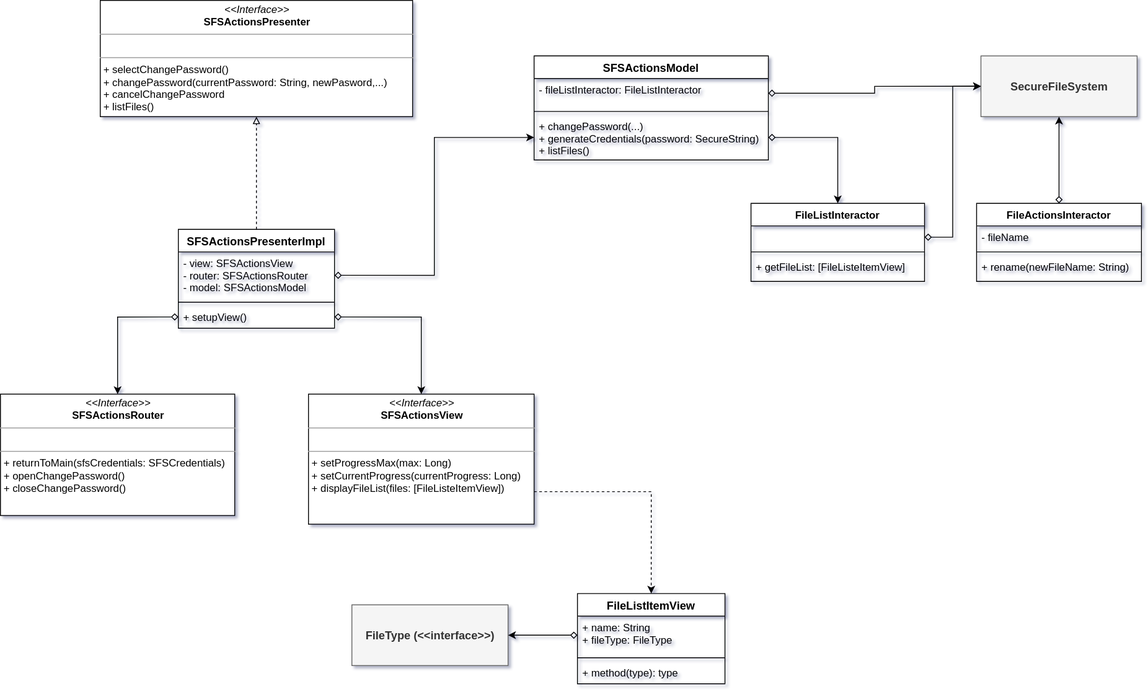
Before: documentation/resource/SFS-File Explorer Participants.svg, a diagram exported from draw.io (kevinvandenbreemen/android-file-vault). Source tidied: cells renumbered, new cells last; positions are measured from the earlier drawing's top-left corner, leaving out a move shared by most shapes. Its diagram source:
```xml
<mxGraphModel>
  <root>
    <mxCell id="0" />
    <mxCell id="1" parent="0" />
    <mxCell id="2" style="edgeStyle=orthogonalEdgeStyle;rounded=0;jettySize=auto;html=1;exitX=0.5;exitY=0;exitDx=0;exitDy=0;entryX=0.5;entryY=1;entryDx=0;entryDy=0;fontSize=13;startArrow=diamond;startFill=0;" parent="1" edge="1" source="18" target="3">
      <mxGeometry relative="1" as="geometry" />
    </mxCell>
    <mxCell id="3" value="SecureFileSystem" style="html=1;fillColor=#f5f5f5;strokeColor=#666666;fontColor=#333333;fontStyle=1;fontSize=13;" parent="1" vertex="1">
      <mxGeometry x="1130" y="64" width="180" height="70" as="geometry" />
    </mxCell>
    <mxCell id="4" value="FileType (&amp;lt;&amp;lt;interface&amp;gt;&amp;gt;)" style="html=1;fillColor=#f5f5f5;strokeColor=#666666;fontColor=#333333;fontStyle=1;fontSize=13;" parent="1" vertex="1">
      <mxGeometry x="405" y="697" width="180" height="70" as="geometry" />
    </mxCell>
    <mxCell id="5" style="edgeStyle=orthogonalEdgeStyle;rounded=0;jettySize=auto;html=1;exitX=0;exitY=0.5;exitDx=0;exitDy=0;entryX=1;entryY=0.5;entryDx=0;entryDy=0;startArrow=diamond;startFill=0;fontSize=13;" parent="1" edge="1" source="11" target="4">
      <mxGeometry relative="1" as="geometry" />
    </mxCell>
    <mxCell id="6" style="edgeStyle=orthogonalEdgeStyle;rounded=0;jettySize=auto;html=1;exitX=1;exitY=0.75;exitDx=0;exitDy=0;entryX=0.5;entryY=0;entryDx=0;entryDy=0;dashed=1;startArrow=none;startFill=0;endArrow=classic;endFill=1;fontSize=13;" parent="1" edge="1" source="7" target="10">
      <mxGeometry relative="1" as="geometry" />
    </mxCell>
    <mxCell id="7" value="&lt;p style=&quot;margin: 0px ; margin-top: 4px ; text-align: center&quot;&gt;&lt;i&gt;&amp;lt;&amp;lt;Interface&amp;gt;&amp;gt;&lt;/i&gt;&lt;br&gt;&lt;b&gt;SFSActionsView&lt;/b&gt;&lt;/p&gt;&lt;hr size=&quot;1&quot;&gt;&lt;p style=&quot;margin: 0px ; margin-left: 4px&quot;&gt;&lt;br&gt;&lt;/p&gt;&lt;hr size=&quot;1&quot;&gt;&lt;p style=&quot;margin: 0px ; margin-left: 4px&quot;&gt;+ setProgressMax(max: Long)&lt;br&gt;+ setCurrentProgress(currentProgress: Long)&lt;/p&gt;&lt;p style=&quot;margin: 0px ; margin-left: 4px&quot;&gt;+ displayFileList(files: [FileListeItemView])&lt;/p&gt;" style="verticalAlign=top;align=left;overflow=fill;fontSize=12;fontFamily=Helvetica;html=1;" parent="1" vertex="1">
      <mxGeometry x="355" y="454" width="260" height="150" as="geometry" />
    </mxCell>
    <mxCell id="8" value="&lt;p style=&quot;margin: 0px ; margin-top: 4px ; text-align: center&quot;&gt;&lt;i&gt;&amp;lt;&amp;lt;Interface&amp;gt;&amp;gt;&lt;/i&gt;&lt;br&gt;&lt;b&gt;SFSActionsRouter&lt;/b&gt;&lt;/p&gt;&lt;hr size=&quot;1&quot;&gt;&lt;p style=&quot;margin: 0px ; margin-left: 4px&quot;&gt;&lt;br&gt;&lt;/p&gt;&lt;hr size=&quot;1&quot;&gt;&lt;p style=&quot;margin: 0px ; margin-left: 4px&quot;&gt;+ returnToMain(sfsCredentials: SFSCredentials)&lt;/p&gt;&lt;p style=&quot;margin: 0px ; margin-left: 4px&quot;&gt;+ openChangePassword()&lt;/p&gt;&lt;p style=&quot;margin: 0px ; margin-left: 4px&quot;&gt;+ closeChangePassword()&lt;/p&gt;" style="verticalAlign=top;align=left;overflow=fill;fontSize=12;fontFamily=Helvetica;html=1;" parent="1" vertex="1">
      <mxGeometry y="454" width="270" height="140" as="geometry" />
    </mxCell>
    <mxCell id="9" value="&lt;p style=&quot;margin: 0px ; margin-top: 4px ; text-align: center&quot;&gt;&lt;i&gt;&amp;lt;&amp;lt;Interface&amp;gt;&amp;gt;&lt;/i&gt;&lt;br&gt;&lt;b&gt;SFSActionsPresenter&lt;/b&gt;&lt;/p&gt;&lt;hr size=&quot;1&quot;&gt;&lt;p style=&quot;margin: 0px ; margin-left: 4px&quot;&gt;&lt;br&gt;&lt;/p&gt;&lt;hr size=&quot;1&quot;&gt;&lt;p style=&quot;margin: 0px ; margin-left: 4px&quot;&gt;+ selectChangePassword()&lt;/p&gt;&lt;p style=&quot;margin: 0px ; margin-left: 4px&quot;&gt;+ changePassword(currentPassword: String, newPasword,...)&lt;/p&gt;&lt;p style=&quot;margin: 0px ; margin-left: 4px&quot;&gt;+ cancelChangePassword&lt;/p&gt;&lt;p style=&quot;margin: 0px ; margin-left: 4px&quot;&gt;+ listFiles()&lt;/p&gt;" style="verticalAlign=top;align=left;overflow=fill;fontSize=12;fontFamily=Helvetica;html=1;" parent="1" vertex="1">
      <mxGeometry x="115" width="360" height="134" as="geometry" />
    </mxCell>
    <mxCell id="10" value="FileListItemView" style="swimlane;fontStyle=1;align=center;verticalAlign=top;horizontal=1;startSize=26;fontSize=13;" parent="1" vertex="1">
      <mxGeometry x="665" y="684" width="170" height="104" as="geometry" />
    </mxCell>
    <mxCell id="11" value="+ name: String&#10;+ fileType: FileType" style="text;strokeColor=none;fillColor=none;align=left;verticalAlign=top;spacingLeft=4;spacingRight=4;overflow=hidden;points=[[0,0.5],[1,0.5]];portConstraint=eastwest;" parent="10" vertex="1">
      <mxGeometry y="26" width="170" height="44" as="geometry" />
    </mxCell>
    <mxCell id="12" style="line;strokeWidth=1;fillColor=none;align=left;verticalAlign=middle;spacingTop=-1;spacingLeft=3;spacingRight=3;labelPosition=right;" parent="10" vertex="1">
      <mxGeometry y="70" width="170" height="8" as="geometry" />
    </mxCell>
    <mxCell id="13" value="+ method(type): type" style="text;strokeColor=none;fillColor=none;align=left;verticalAlign=top;spacingLeft=4;spacingRight=4;overflow=hidden;" parent="10" vertex="1">
      <mxGeometry y="78" width="170" height="26" as="geometry" />
    </mxCell>
    <mxCell id="14" value="SFSActionsModel" style="swimlane;fontStyle=1;align=center;verticalAlign=top;horizontal=1;startSize=26;fontSize=13;" parent="1" vertex="1">
      <mxGeometry x="615" y="64" width="270" height="120" as="geometry" />
    </mxCell>
    <mxCell id="15" value="- fileListInteractor: FileListInteractor" style="text;strokeColor=none;fillColor=none;align=left;verticalAlign=top;spacingLeft=4;spacingRight=4;overflow=hidden;points=[[0,0.5],[1,0.5]];portConstraint=eastwest;" parent="14" vertex="1">
      <mxGeometry y="26" width="270" height="34" as="geometry" />
    </mxCell>
    <mxCell id="16" style="line;strokeWidth=1;fillColor=none;align=left;verticalAlign=middle;spacingTop=-1;spacingLeft=3;spacingRight=3;labelPosition=right;" parent="14" vertex="1">
      <mxGeometry y="60" width="270" height="8" as="geometry" />
    </mxCell>
    <mxCell id="17" value="+ changePassword(...)&#10;+ generateCredentials(password: SecureString)&#10;+ listFiles()" style="text;strokeColor=none;fillColor=none;align=left;verticalAlign=top;spacingLeft=4;spacingRight=4;overflow=hidden;points=[[0,0.5],[1,0.5]];portConstraint=eastwest;" parent="14" vertex="1">
      <mxGeometry y="68" width="270" height="52" as="geometry" />
    </mxCell>
    <mxCell id="18" value="FileActionsInteractor" style="swimlane;fontStyle=1;align=center;verticalAlign=top;horizontal=1;startSize=26;" parent="1" vertex="1">
      <mxGeometry x="1125" y="234" width="190" height="90" as="geometry" />
    </mxCell>
    <mxCell id="19" value="- fileName" style="text;strokeColor=none;fillColor=none;align=left;verticalAlign=top;spacingLeft=4;spacingRight=4;overflow=hidden;" parent="18" vertex="1">
      <mxGeometry y="26" width="190" height="26" as="geometry" />
    </mxCell>
    <mxCell id="20" style="line;strokeWidth=1;fillColor=none;align=left;verticalAlign=middle;spacingTop=-1;spacingLeft=3;spacingRight=3;labelPosition=right;" parent="18" vertex="1">
      <mxGeometry y="52" width="190" height="8" as="geometry" />
    </mxCell>
    <mxCell id="21" value="+ rename(newFileName: String)" style="text;strokeColor=none;fillColor=none;align=left;verticalAlign=top;spacingLeft=4;spacingRight=4;overflow=hidden;" parent="18" vertex="1">
      <mxGeometry y="60" width="190" height="30" as="geometry" />
    </mxCell>
    <mxCell id="22" style="edgeStyle=orthogonalEdgeStyle;rounded=0;jettySize=auto;html=1;exitX=1;exitY=0.5;exitDx=0;exitDy=0;entryX=0;entryY=0.5;entryDx=0;entryDy=0;startArrow=diamond;startFill=0;fontSize=13;" parent="1" edge="1" source="15" target="3">
      <mxGeometry relative="1" as="geometry" />
    </mxCell>
    <mxCell id="23" style="edgeStyle=orthogonalEdgeStyle;rounded=0;jettySize=auto;html=1;exitX=1;exitY=0.5;exitDx=0;exitDy=0;entryX=0;entryY=0.5;entryDx=0;entryDy=0;startArrow=diamond;startFill=0;fontSize=13;" parent="1" edge="1" source="25" target="3">
      <mxGeometry relative="1" as="geometry" />
    </mxCell>
    <mxCell id="24" value="FileListInteractor" style="swimlane;fontStyle=1;align=center;verticalAlign=top;horizontal=1;startSize=26;" parent="1" vertex="1">
      <mxGeometry x="865" y="234" width="200" height="90" as="geometry" />
    </mxCell>
    <mxCell id="25" value=" " style="text;strokeColor=none;fillColor=none;align=left;verticalAlign=top;spacingLeft=4;spacingRight=4;overflow=hidden;points=[[0,0.5],[1,0.5]];portConstraint=eastwest;" parent="24" vertex="1">
      <mxGeometry y="26" width="200" height="26" as="geometry" />
    </mxCell>
    <mxCell id="26" style="line;strokeWidth=1;fillColor=none;align=left;verticalAlign=middle;spacingTop=-1;spacingLeft=3;spacingRight=3;labelPosition=right;" parent="24" vertex="1">
      <mxGeometry y="52" width="200" height="8" as="geometry" />
    </mxCell>
    <mxCell id="27" value="+ getFileList: [FileListeItemView]" style="text;strokeColor=none;fillColor=none;align=left;verticalAlign=top;spacingLeft=4;spacingRight=4;overflow=hidden;" parent="24" vertex="1">
      <mxGeometry y="60" width="200" height="30" as="geometry" />
    </mxCell>
    <mxCell id="28" style="edgeStyle=orthogonalEdgeStyle;rounded=0;jettySize=auto;html=1;exitX=1;exitY=0.5;exitDx=0;exitDy=0;entryX=0.5;entryY=0;entryDx=0;entryDy=0;startArrow=diamond;startFill=0;fontSize=13;" parent="1" edge="1" source="17" target="24">
      <mxGeometry relative="1" as="geometry" />
    </mxCell>
    <mxCell id="29" style="edgeStyle=orthogonalEdgeStyle;rounded=0;jettySize=auto;html=1;exitX=0.5;exitY=0;exitDx=0;exitDy=0;entryX=0.5;entryY=1;entryDx=0;entryDy=0;startArrow=none;startFill=0;fontSize=13;dashed=1;endArrow=block;endFill=0;" parent="1" edge="1" source="30" target="9">
      <mxGeometry relative="1" as="geometry" />
    </mxCell>
    <mxCell id="30" value="SFSActionsPresenterImpl" style="swimlane;fontStyle=1;align=center;verticalAlign=top;horizontal=1;startSize=26;fontSize=13;" parent="1" vertex="1">
      <mxGeometry x="205" y="264" width="180" height="114" as="geometry" />
    </mxCell>
    <mxCell id="31" value="- view: SFSActionsView&#10;- router: SFSActionsRouter&#10;- model: SFSActionsModel" style="text;strokeColor=none;fillColor=none;align=left;verticalAlign=top;spacingLeft=4;spacingRight=4;overflow=hidden;points=[[0,0.5],[1,0.5]];portConstraint=eastwest;" parent="30" vertex="1">
      <mxGeometry y="26" width="180" height="54" as="geometry" />
    </mxCell>
    <mxCell id="32" style="line;strokeWidth=1;fillColor=none;align=left;verticalAlign=middle;spacingTop=-1;spacingLeft=3;spacingRight=3;labelPosition=right;" parent="30" vertex="1">
      <mxGeometry y="80" width="180" height="8" as="geometry" />
    </mxCell>
    <mxCell id="33" value="+ setupView()" style="text;strokeColor=none;fillColor=none;align=left;verticalAlign=top;spacingLeft=4;spacingRight=4;overflow=hidden;points=[[0,0.5],[1,0.5]];portConstraint=eastwest;" parent="30" vertex="1">
      <mxGeometry y="88" width="180" height="26" as="geometry" />
    </mxCell>
    <mxCell id="34" style="edgeStyle=orthogonalEdgeStyle;rounded=0;jettySize=auto;html=1;exitX=1;exitY=0.5;exitDx=0;exitDy=0;startArrow=diamond;startFill=0;fontSize=13;" parent="1" edge="1" source="33" target="7">
      <mxGeometry relative="1" as="geometry" />
    </mxCell>
    <mxCell id="35" style="edgeStyle=orthogonalEdgeStyle;rounded=0;jettySize=auto;html=1;exitX=0;exitY=0.5;exitDx=0;exitDy=0;startArrow=diamond;startFill=0;fontSize=13;" parent="1" edge="1" source="33" target="8">
      <mxGeometry relative="1" as="geometry" />
    </mxCell>
    <mxCell id="36" style="edgeStyle=orthogonalEdgeStyle;rounded=0;jettySize=auto;html=1;exitX=1;exitY=0.5;exitDx=0;exitDy=0;entryX=0;entryY=0.5;entryDx=0;entryDy=0;startArrow=diamond;startFill=0;fontSize=13;" parent="1" edge="1" source="31" target="17">
      <mxGeometry relative="1" as="geometry" />
    </mxCell>
  </root>
</mxGraphModel>
```
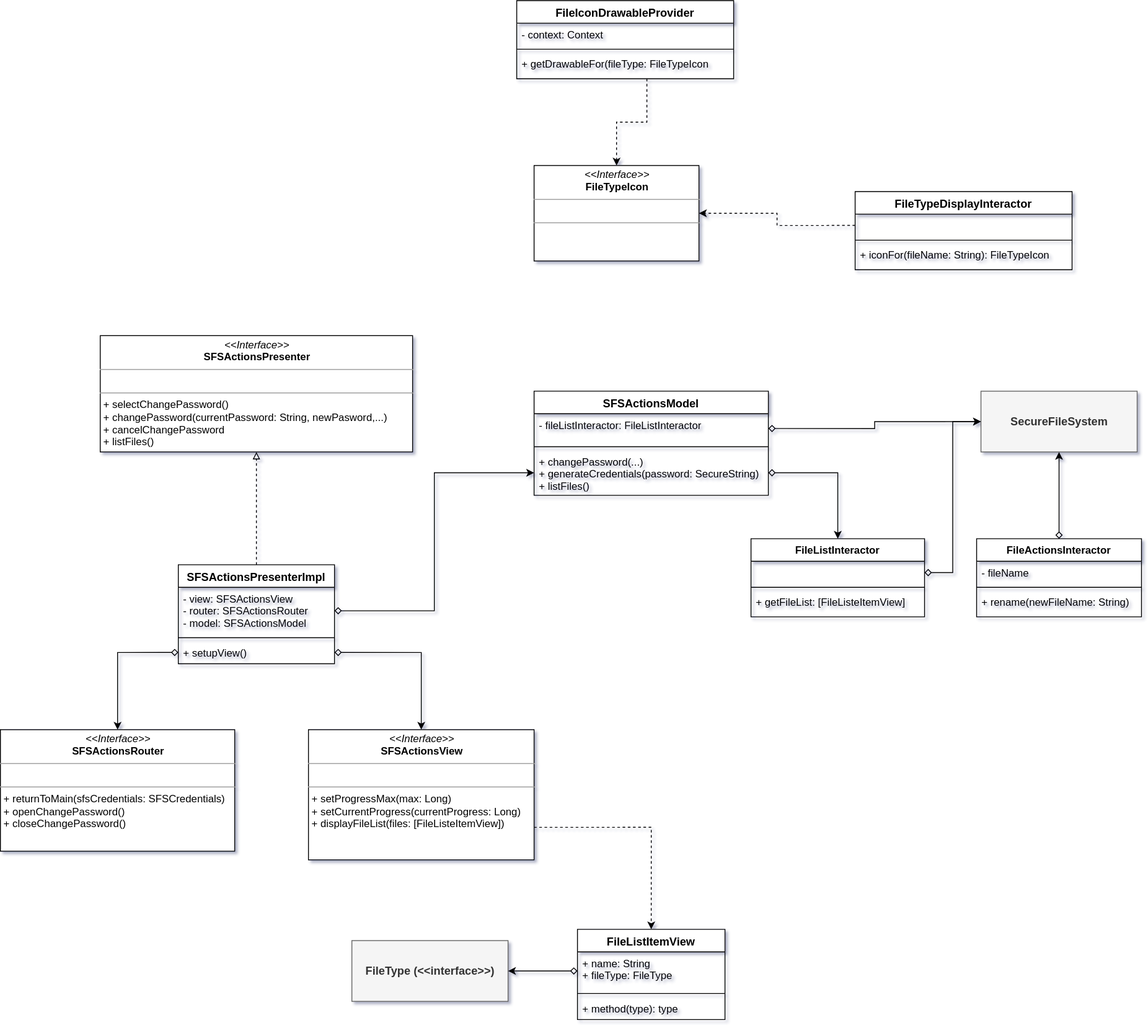
The same diagram one commit later.

Change to the diagram source:
```diff
@@ -107,5 +107,38 @@
     <mxCell id="36" style="edgeStyle=orthogonalEdgeStyle;rounded=0;jettySize=auto;html=1;exitX=1;exitY=0.5;exitDx=0;exitDy=0;entryX=0;entryY=0.5;entryDx=0;entryDy=0;startArrow=diamond;startFill=0;fontSize=13;" parent="1" edge="1" source="31" target="17">
       <mxGeometry relative="1" as="geometry" />
     </mxCell>
+    <mxCell id="37" value="&lt;p style=&quot;margin: 0px ; margin-top: 4px ; text-align: center&quot;&gt;&lt;i&gt;&amp;lt;&amp;lt;Interface&amp;gt;&amp;gt;&lt;/i&gt;&lt;br&gt;&lt;b&gt;FileTypeIcon&lt;/b&gt;&lt;/p&gt;&lt;hr size=&quot;1&quot;&gt;&lt;p style=&quot;margin: 0px ; margin-left: 4px&quot;&gt;&lt;br&gt;&lt;/p&gt;&lt;hr size=&quot;1&quot;&gt;&lt;p style=&quot;margin: 0px ; margin-left: 4px&quot;&gt;&lt;br&gt;&lt;/p&gt;" style="verticalAlign=top;align=left;overflow=fill;fontSize=12;fontFamily=Helvetica;html=1;" parent="1" vertex="1">
+      <mxGeometry x="615" y="-196" width="190" height="110" as="geometry" />
+    </mxCell>
+    <mxCell id="38" value="FileTypeDisplayInteractor" style="swimlane;fontStyle=1;align=center;verticalAlign=top;horizontal=1;startSize=26;fontSize=13;" parent="1" vertex="1">
+      <mxGeometry x="985" y="-166" width="250" height="90" as="geometry" />
+    </mxCell>
+    <mxCell id="39" value=" " style="text;strokeColor=none;fillColor=none;align=left;verticalAlign=top;spacingLeft=4;spacingRight=4;overflow=hidden;points=[[0,0.5],[1,0.5]];portConstraint=eastwest;" parent="38" vertex="1">
+      <mxGeometry y="26" width="250" height="26" as="geometry" />
+    </mxCell>
+    <mxCell id="40" style="line;strokeWidth=1;fillColor=none;align=left;verticalAlign=middle;spacingTop=-1;spacingLeft=3;spacingRight=3;labelPosition=right;" parent="38" vertex="1">
+      <mxGeometry y="52" width="250" height="8" as="geometry" />
+    </mxCell>
+    <mxCell id="41" value="+ iconFor(fileName: String): FileTypeIcon " style="text;strokeColor=none;fillColor=none;align=left;verticalAlign=top;spacingLeft=4;spacingRight=4;overflow=hidden;" parent="38" vertex="1">
+      <mxGeometry y="60" width="250" height="30" as="geometry" />
+    </mxCell>
+    <mxCell id="42" style="edgeStyle=orthogonalEdgeStyle;rounded=0;jettySize=auto;html=1;exitX=0;exitY=0.5;exitDx=0;exitDy=0;entryX=1;entryY=0.5;entryDx=0;entryDy=0;dashed=1;startArrow=none;startFill=0;endArrow=classic;endFill=1;fontSize=13;" parent="1" edge="1" source="39" target="37">
+      <mxGeometry relative="1" as="geometry" />
+    </mxCell>
+    <mxCell id="43" style="edgeStyle=orthogonalEdgeStyle;rounded=0;jettySize=auto;html=1;exitX=0.6;exitY=1;exitDx=0;exitDy=0;dashed=1;startArrow=none;startFill=0;endArrow=classic;endFill=1;fontSize=13;exitPerimeter=0;" parent="1" edge="1" source="47" target="37">
+      <mxGeometry relative="1" as="geometry" />
+    </mxCell>
+    <mxCell id="44" value="FileIconDrawableProvider" style="swimlane;fontStyle=1;align=center;verticalAlign=top;horizontal=1;startSize=26;fontSize=13;" parent="1" vertex="1">
+      <mxGeometry x="595" y="-386" width="250" height="90" as="geometry" />
+    </mxCell>
+    <mxCell id="45" value="- context: Context" style="text;strokeColor=none;fillColor=none;align=left;verticalAlign=top;spacingLeft=4;spacingRight=4;overflow=hidden;" parent="44" vertex="1">
+      <mxGeometry y="26" width="250" height="26" as="geometry" />
+    </mxCell>
+    <mxCell id="46" style="line;strokeWidth=1;fillColor=none;align=left;verticalAlign=middle;spacingTop=-1;spacingLeft=3;spacingRight=3;labelPosition=right;" parent="44" vertex="1">
+      <mxGeometry y="52" width="250" height="8" as="geometry" />
+    </mxCell>
+    <mxCell id="47" value="+ getDrawableFor(fileType: FileTypeIcon" style="text;strokeColor=none;fillColor=none;align=left;verticalAlign=top;spacingLeft=4;spacingRight=4;overflow=hidden;points=[[0,0.5],[1,0.5]];portConstraint=eastwest;" parent="44" vertex="1">
+      <mxGeometry y="60" width="250" height="30" as="geometry" />
+    </mxCell>
   </root>
 </mxGraphModel>
```
